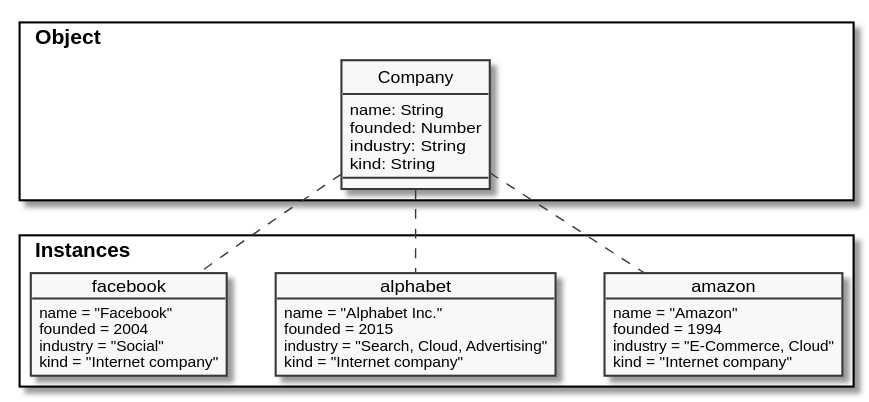
Earlier version of the PlantUML export ecma/object/assets/object-company-instance.svg (ifpb/javascript-guide).
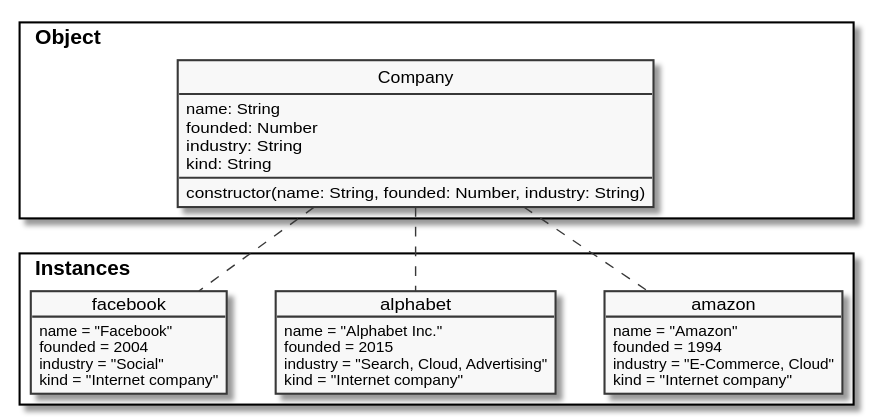
Above is the later version.

Commit message:
updating object umls

Change to the diagram source:
```diff
@@ -10,6 +10,7 @@
     founded: Number
     industry: String
     kind: String
+    constructor(name: String, founded: Number, industry: String)
   }
 }
 
```
